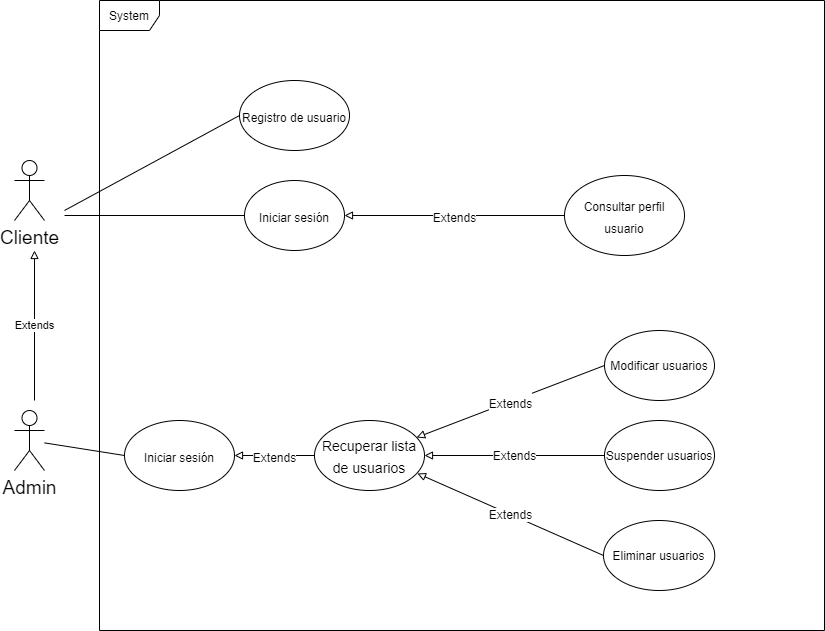
Earlier version of the draw.io export analisis/resources/Gestiondeusuarios.png (Bluishres/La-tienda-del-infinito). Source tidied: cells renumbered, new cells last; positions are measured from the earlier drawing's top-left corner, leaving out a move shared by most shapes.
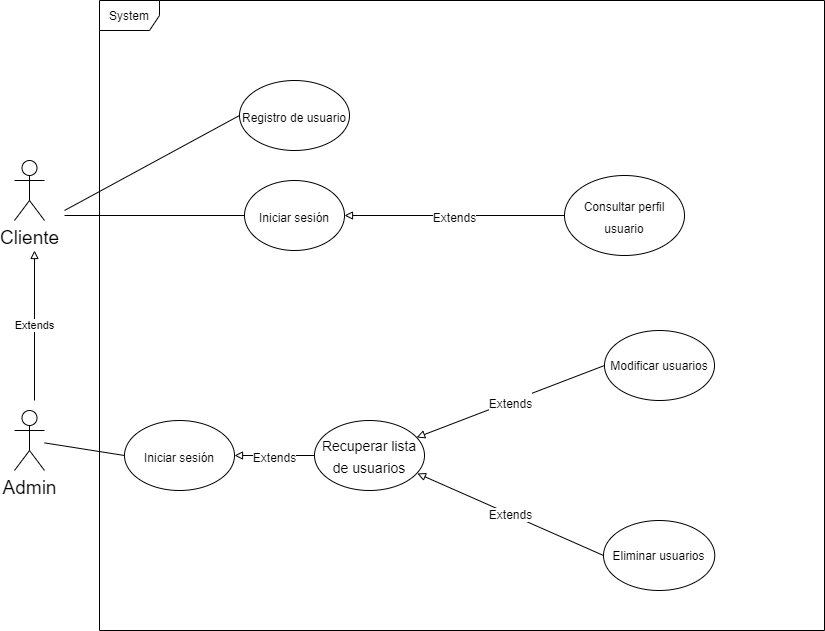
The same file after the commit.

What changed in the source:
```diff
@@ -51,12 +51,6 @@
     <mxCell id="15" value="&lt;font style=&quot;font-size: 12px&quot;&gt;Extends&lt;/font&gt;" style="endArrow=block;endSize=6;endFill=0;html=1;fontSize=19;exitX=0;exitY=0.5;exitDx=0;exitDy=0;" parent="1" edge="1" source="14" target="20">
       <mxGeometry relative="1" as="geometry" />
     </mxCell>
-    <mxCell id="16" value="Extends" style="edgeStyle=none;rounded=0;jettySize=auto;html=1;endArrow=block;endFill=0;endSize=6;fontSize=12;entryX=1;entryY=0.5;entryDx=0;entryDy=0;" parent="1" edge="1" source="17" target="20">
-      <mxGeometry relative="1" as="geometry" />
-    </mxCell>
-    <mxCell id="17" value="Suspender usuarios" style="ellipse;whiteSpace=wrap;html=1;fontSize=12;" parent="1" vertex="1">
-      <mxGeometry x="590" y="420" width="110" height="70" as="geometry" />
-    </mxCell>
     <mxCell id="18" value="Extends" style="edgeStyle=none;rounded=0;jettySize=auto;html=1;exitX=0;exitY=0.5;exitDx=0;exitDy=0;endArrow=block;endFill=0;endSize=6;fontSize=12;entryX=0.936;entryY=0.757;entryDx=0;entryDy=0;entryPerimeter=0;" parent="1" edge="1" source="19" target="20">
       <mxGeometry relative="1" as="geometry" />
     </mxCell>
```
